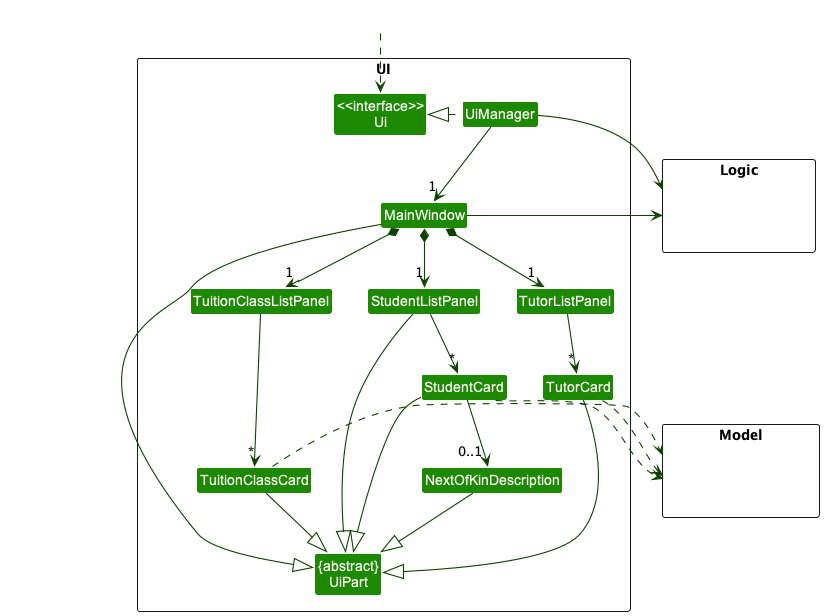
Before: docs/images/UiClassDiagram2.png, a diagram exported from PlantUML (nus-cs2103-AY2223S1/tp).
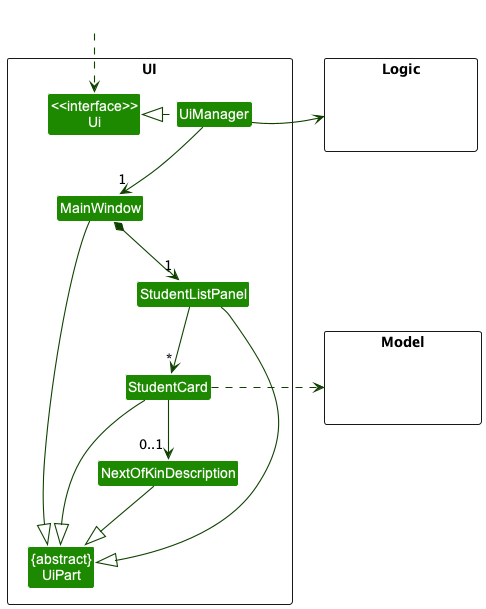
After the change.

Commit message:
Update Ui class diagram

The edit, as a diff of the source:
```diff
@@ -11,10 +11,6 @@
 Class MainWindow
 Class StudentListPanel
 Class StudentCard
-Class TutorListPanel
-Class TutorCard
-Class TuitionClassListPanel
-Class TuitionClassCard
 Class NextOfKinDescription
 }
 
@@ -32,31 +28,20 @@
 UiManager .left.|> Ui
 UiManager -down-> "1" MainWindow
 MainWindow *-down-> "1" StudentListPanel
-MainWindow *-down-> "1" TutorListPanel
-MainWindow *-down-> "1" TuitionClassListPanel
 
 StudentListPanel -down-> "*" StudentCard
-TutorListPanel -down-> "*" TutorCard
-TuitionClassListPanel -down-> "*" TuitionClassCard
 
 StudentCard -down-> "0..1" NextOfKinDescription
 
-MainWindow -left-|> UiPart
+MainWindow -down-|> UiPart
 
 StudentListPanel --|> UiPart
 StudentCard --|> UiPart
-TutorCard --|> UiPart
-TuitionClassCard --|> UiPart
 NextOfKinDescription --|> UiPart
 
-StudentCard .right.....> Model
-TutorCard .right.> Model
-TuitionClassCard .right.> Model
+StudentCard .right.> Model
 UiManager -right-> Logic
-MainWindow -right-> Logic
 
 MainWindow -[hidden]-|> UiPart
-StudentCard -[hidden]-|> Model
-StudentCard -[hidden]-|> Model
-TutorCard -[hidden]-|> Model
+MainWindow -[hidden]-|> StudentCard
 @enduml
```
